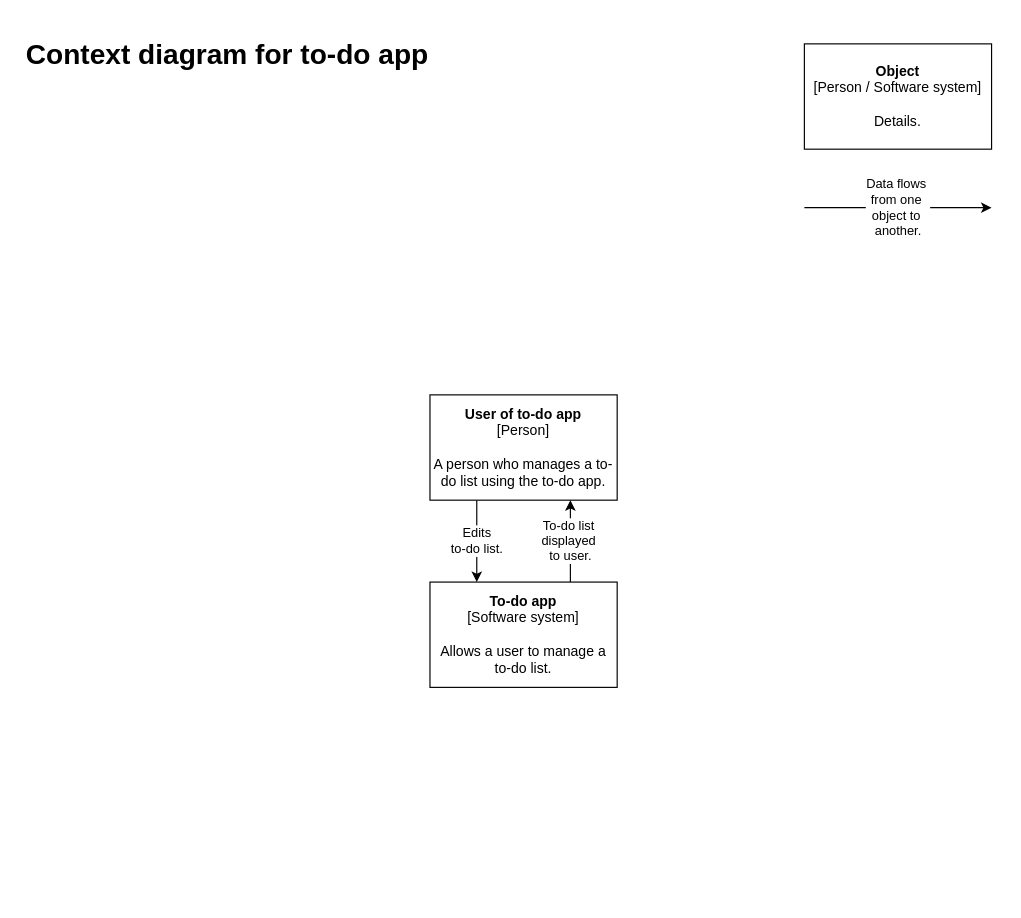
Earlier version of the draw.io diagram page "Context diagram" (1 of 3) of documentation/architecture-diagrams.drawio (SamSeed-Softwire/DevOps-Course-Starter). Source tidied: cells renumbered, new cells numbered last; positions are measured from the earlier drawing's top-left corner, leaving out a move shared by most shapes. Both pictures are drawn from the tidied source at 117%, with x=0, y=0 at pixel (20, 32).
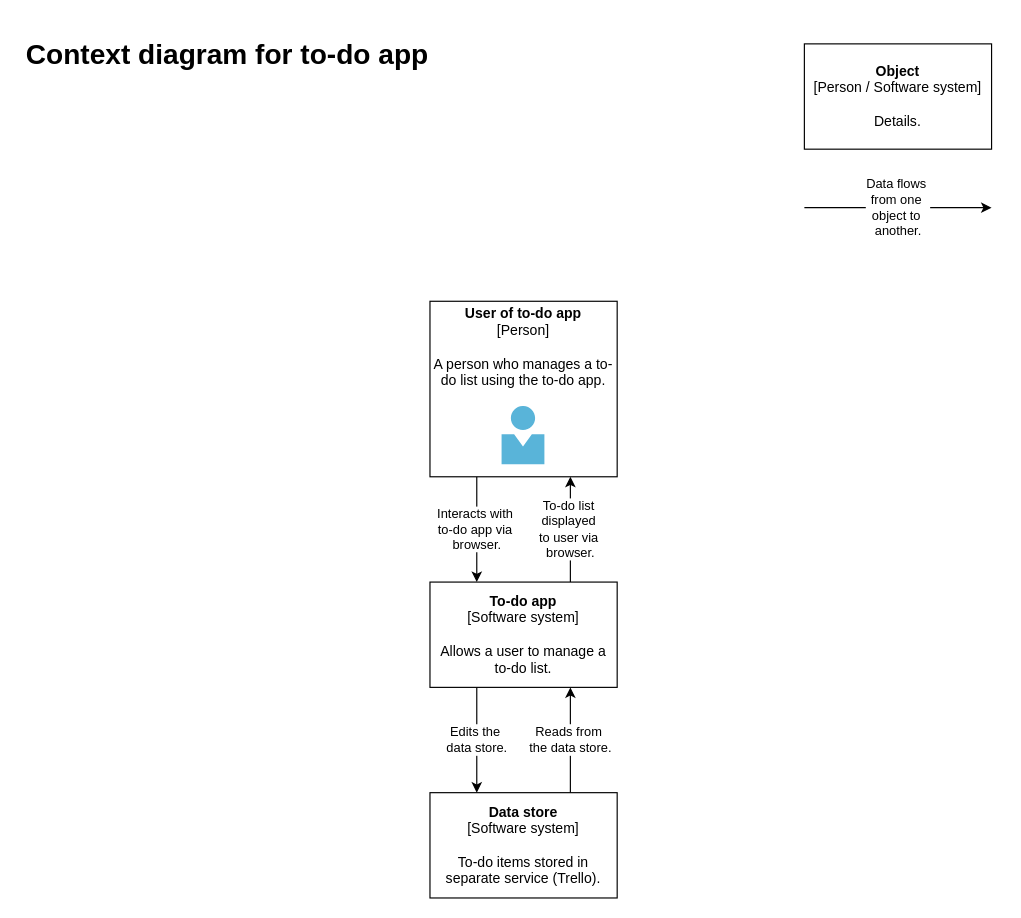
The same diagram, later.

Change to the diagram source:
```diff
@@
 <mxGraphModel>
   <root>
     <mxCell id="0" />
     <mxCell id="1" parent="0" />
-    <mxCell id="2" value="Edits &lt;br&gt;to-do list." style="endArrow=classic;html=1;exitX=0.25;exitY=1;exitDx=0;exitDy=0;entryX=0.25;entryY=0;entryDx=0;entryDy=0;" parent="1" edge="1">
+    <mxCell id="2" value="Interacts with&amp;nbsp;&lt;br&gt;to-do app via&amp;nbsp;&lt;br&gt;browser." style="endArrow=classic;html=1;exitX=0.25;exitY=1;exitDx=0;exitDy=0;entryX=0.25;entryY=0;entryDx=0;entryDy=0;" parent="1" edge="1" source="5">
       <mxGeometry relative="1" as="geometry">
-        <mxPoint x="390" y="400" as="sourcePoint" />
         <mxPoint x="390" y="470" as="targetPoint" />
       </mxGeometry>
     </mxCell>
     <mxCell id="3" value="&lt;h1&gt;Context diagram for to-do app&lt;/h1&gt;&lt;div&gt;&lt;br&gt;&lt;/div&gt;" style="text;html=1;strokeColor=none;fillColor=none;spacing=5;spacingTop=-20;whiteSpace=wrap;overflow=hidden;rounded=0;glass=0;" parent="1" vertex="1">
       <mxGeometry width="830" height="120" as="geometry" />
     </mxCell>
     <mxCell id="4" value="Data flows&amp;nbsp;&lt;br&gt;from one&amp;nbsp;&lt;br&gt;object to&amp;nbsp;&lt;br&gt;another." style="endArrow=classic;html=1;" parent="1" edge="1">
       <mxGeometry relative="1" as="geometry">
         <mxPoint x="670" y="150" as="sourcePoint" />
         <mxPoint x="830" y="150" as="targetPoint" />
       </mxGeometry>
     </mxCell>
-    <mxCell id="5" value="&lt;b&gt;User of to-do app&lt;/b&gt;&lt;br&gt;[Person]&lt;br&gt;&lt;br&gt;A person who manages a to-do list using the to-do app." style="rounded=0;whiteSpace=wrap;html=1;" parent="1" vertex="1">
-      <mxGeometry x="350" y="310" width="160" height="90" as="geometry" />
-    </mxCell>
-    <mxCell id="6" value="To-do list&amp;nbsp;&lt;br&gt;displayed&amp;nbsp;&lt;br&gt;to user." style="edgeStyle=orthogonalEdgeStyle;rounded=0;jettySize=auto;html=1;exitX=0.75;exitY=0;exitDx=0;exitDy=0;entryX=0.75;entryY=1;entryDx=0;entryDy=0;" parent="1" edge="1" source="7" target="5">
+    <mxCell id="6" value="To-do list&amp;nbsp;&lt;br&gt;displayed&amp;nbsp;&lt;br&gt;to user via&amp;nbsp;&lt;br&gt;browser." style="edgeStyle=orthogonalEdgeStyle;rounded=0;jettySize=auto;html=1;exitX=0.75;exitY=0;exitDx=0;exitDy=0;entryX=0.75;entryY=1;entryDx=0;entryDy=0;" parent="1" edge="1" source="7" target="5">
       <mxGeometry relative="1" as="geometry" />
     </mxCell>
+    <mxCell id="9" value="Edits the&amp;nbsp;&lt;br&gt;data store." style="edgeStyle=orthogonalEdgeStyle;rounded=0;jettySize=auto;html=1;exitX=0.25;exitY=1;exitDx=0;exitDy=0;entryX=0.25;entryY=0;entryDx=0;entryDy=0;" parent="1" edge="1" source="7" target="11">
+      <mxGeometry relative="1" as="geometry" />
+    </mxCell>
     <mxCell id="7" value="&lt;b&gt;To-do app&lt;/b&gt;&lt;br&gt;[Software system]&lt;br&gt;&lt;br&gt;Allows a user to manage a to-do list." style="rounded=0;whiteSpace=wrap;html=1;" parent="1" vertex="1">
       <mxGeometry x="350" y="470" width="160" height="90" as="geometry" />
     </mxCell>
     <mxCell id="8" value="&lt;b&gt;Object&lt;/b&gt;&lt;br&gt;[Person / Software system]&lt;br&gt;&lt;br&gt;Details." style="rounded=0;whiteSpace=wrap;html=1;" parent="1" vertex="1">
       <mxGeometry x="670" y="10" width="160" height="90" as="geometry" />
     </mxCell>
+    <mxCell id="10" value="Reads from&amp;nbsp;&lt;br&gt;the data store." style="edgeStyle=orthogonalEdgeStyle;rounded=0;jettySize=auto;html=1;exitX=0.75;exitY=0;exitDx=0;exitDy=0;entryX=0.75;entryY=1;entryDx=0;entryDy=0;" parent="1" edge="1" source="11" target="7">
+      <mxGeometry relative="1" as="geometry" />
+    </mxCell>
+    <mxCell id="11" value="&lt;b&gt;Data store&lt;/b&gt;&lt;br&gt;[Software system]&lt;br&gt;&lt;br&gt;To-do items stored in separate service (Trello)." style="rounded=0;whiteSpace=wrap;html=1;" parent="1" vertex="1">
+      <mxGeometry x="350" y="650" width="160" height="90" as="geometry" />
+    </mxCell>
+    <mxCell id="12" style="group;" parent="1" vertex="1">
+      <mxGeometry x="350" y="230" width="160" height="150" as="geometry" />
+    </mxCell>
+    <mxCell id="5" value="&lt;b&gt;User of to-do app&lt;/b&gt;&lt;br&gt;[Person]&lt;br&gt;&lt;br&gt;A person who manages a to-do list using the to-do app.&lt;br&gt;&lt;br&gt;&lt;br&gt;&lt;br&gt;&lt;br&gt;&lt;br&gt;" style="rounded=0;whiteSpace=wrap;html=1;" parent="12" vertex="1">
+      <mxGeometry width="160" height="150" as="geometry" />
+    </mxCell>
+    <mxCell id="13" style="html=1;align=center;image;fontSize=12;image=img/lib/mscae/Person.svg;" parent="12" vertex="1">
+      <mxGeometry x="61.5" y="90" width="37" height="50" as="geometry" />
+    </mxCell>
   </root>
 </mxGraphModel>
```
